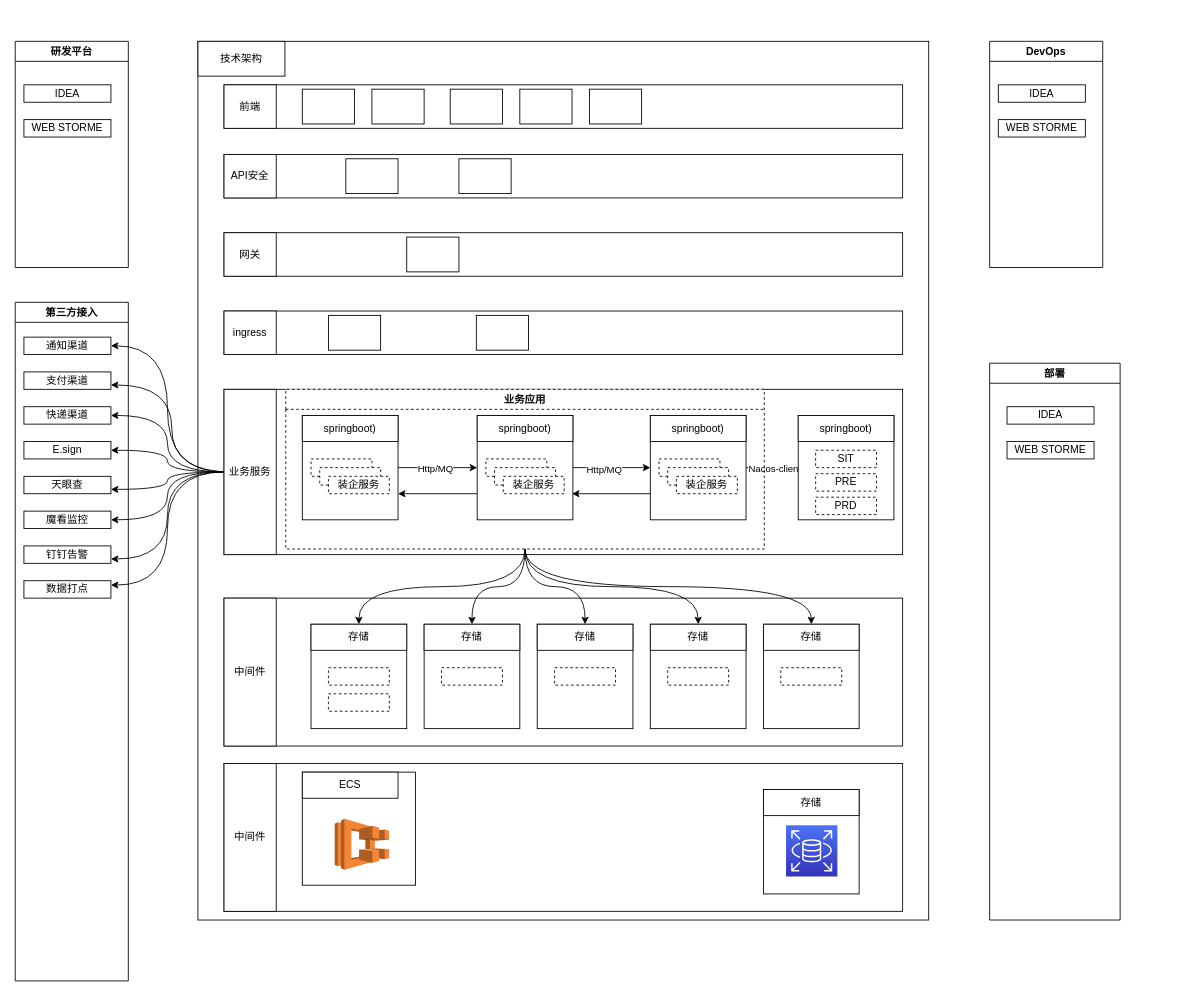
Msimplehub/abbysun keeps this draw.io diagram as Untitled Diagram.drawio. Above is the earlier version. Source tidied: cells renumbered, new cells numbered last; positions are measured from the earlier drawing's top-left corner, leaving out a move shared by most shapes. Both pictures are drawn from the tidied source at 87%, with x=0, y=0 at pixel (15, 41). Pictures stored in the file or linked from it are replaced by grey dashed boxes.
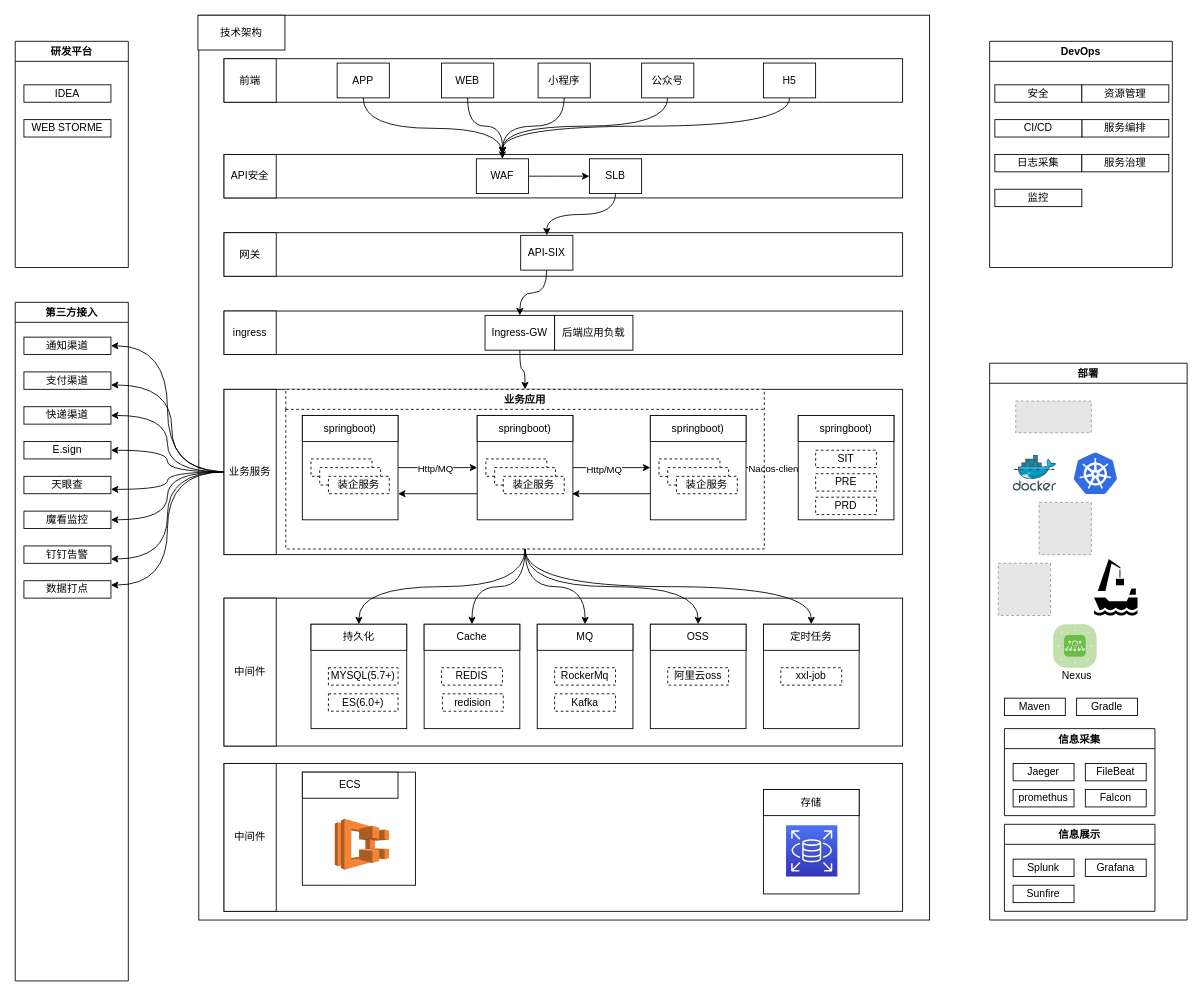
The same page after the edit.

Unchanged cells that the change refers to:
```xml
<mxCell id="6" style="rounded=0;whiteSpace=wrap;html=1;" parent="1" vertex="1">
  <mxGeometry x="240" y="130" width="780" height="50" as="geometry" />
</mxCell>
<mxCell id="67" value="业务应用" style="swimlane;dashed=1;" parent="1" vertex="1">
  <mxGeometry x="311" y="400" width="550" height="183.5" as="geometry" />
</mxCell>
```

The edit, as a diff of the source:
```diff
@@
     <mxCell id="2" style="rounded=0;whiteSpace=wrap;html=1;direction=south;" parent="1" vertex="1">
-      <mxGeometry x="210" width="840" height="1010" as="geometry" />
+      <mxGeometry x="211" y="-30" width="840" height="1040" as="geometry" />
     </mxCell>
     <mxCell id="3" value="技术架构" style="rounded=0;whiteSpace=wrap;html=1;" parent="1" vertex="1">
-      <mxGeometry x="210" width="100" height="40" as="geometry" />
+      <mxGeometry x="210" y="-30" width="100" height="40" as="geometry" />
     </mxCell>
     <mxCell id="4" style="rounded=0;whiteSpace=wrap;html=1;" parent="1" vertex="1">
-      <mxGeometry x="240" y="50" width="780" height="50" as="geometry" />
+      <mxGeometry x="240" y="20" width="780" height="50" as="geometry" />
     </mxCell>
     <mxCell id="5" value="前端" style="rounded=0;whiteSpace=wrap;html=1;" parent="1" vertex="1">
-      <mxGeometry x="240" y="50" width="60" height="50" as="geometry" />
+      <mxGeometry x="240" y="20" width="60" height="50" as="geometry" />
     </mxCell>
@@
+    <mxCell id="110" style="edgeStyle=orthogonalEdgeStyle;curved=1;rounded=0;jettySize=auto;html=1;exitX=0.5;exitY=1;exitDx=0;exitDy=0;entryX=0.5;entryY=0;entryDx=0;entryDy=0;" parent="1" edge="1" source="24" target="29">
+      <mxGeometry relative="1" as="geometry" />
+    </mxCell>
-    <mxCell id="24" style="rounded=0;whiteSpace=wrap;html=1;" parent="1" vertex="1">
-      <mxGeometry x="330" y="55" width="60" height="40" as="geometry" />
+    <mxCell id="24" value="APP" style="rounded=0;whiteSpace=wrap;html=1;" parent="1" vertex="1">
+      <mxGeometry x="370" y="25" width="60" height="40" as="geometry" />
     </mxCell>
+    <mxCell id="111" style="edgeStyle=orthogonalEdgeStyle;curved=1;rounded=0;jettySize=auto;html=1;exitX=0.5;exitY=1;exitDx=0;exitDy=0;" parent="1" edge="1" source="25">
+      <mxGeometry relative="1" as="geometry">
+        <mxPoint x="560" y="130" as="targetPoint" />
+      </mxGeometry>
+    </mxCell>
-    <mxCell id="25" style="rounded=0;whiteSpace=wrap;html=1;" parent="1" vertex="1">
-      <mxGeometry x="410" y="55" width="60" height="40" as="geometry" />
+    <mxCell id="25" value="WEB" style="rounded=0;whiteSpace=wrap;html=1;" parent="1" vertex="1">
+      <mxGeometry x="490" y="25" width="60" height="40" as="geometry" />
     </mxCell>
+    <mxCell id="112" style="edgeStyle=none;rounded=0;orthogonalLoop=1;jettySize=auto;html=1;exitX=0.423;exitY=0;exitDx=0;exitDy=0;exitPerimeter=0;" parent="1" edge="1" source="6" target="6">
+      <mxGeometry relative="1" as="geometry" />
+    </mxCell>
+    <mxCell id="113" style="edgeStyle=orthogonalEdgeStyle;curved=1;rounded=0;jettySize=auto;html=1;exitX=0.5;exitY=1;exitDx=0;exitDy=0;" parent="1" edge="1" source="26">
+      <mxGeometry relative="1" as="geometry">
+        <mxPoint x="560" y="130" as="targetPoint" />
+      </mxGeometry>
+    </mxCell>
-    <mxCell id="26" style="rounded=0;whiteSpace=wrap;html=1;" parent="1" vertex="1">
-      <mxGeometry x="500" y="55" width="60" height="40" as="geometry" />
+    <mxCell id="26" value="小程序" style="rounded=0;whiteSpace=wrap;html=1;" parent="1" vertex="1">
+      <mxGeometry x="601" y="25" width="60" height="40" as="geometry" />
     </mxCell>
+    <mxCell id="114" style="edgeStyle=orthogonalEdgeStyle;curved=1;rounded=0;jettySize=auto;html=1;exitX=0.5;exitY=1;exitDx=0;exitDy=0;" parent="1" edge="1" source="27">
+      <mxGeometry relative="1" as="geometry">
+        <mxPoint x="560" y="130" as="targetPoint" />
+      </mxGeometry>
+    </mxCell>
-    <mxCell id="27" style="rounded=0;whiteSpace=wrap;html=1;" parent="1" vertex="1">
-      <mxGeometry x="580" y="55" width="60" height="40" as="geometry" />
+    <mxCell id="27" value="公众号" style="rounded=0;whiteSpace=wrap;html=1;" parent="1" vertex="1">
+      <mxGeometry x="720" y="25" width="60" height="40" as="geometry" />
     </mxCell>
+    <mxCell id="115" style="edgeStyle=orthogonalEdgeStyle;curved=1;rounded=0;jettySize=auto;html=1;exitX=0.5;exitY=1;exitDx=0;exitDy=0;" parent="1" edge="1" source="28">
+      <mxGeometry relative="1" as="geometry">
+        <mxPoint x="560" y="130" as="targetPoint" />
+      </mxGeometry>
+    </mxCell>
-    <mxCell id="28" style="rounded=0;whiteSpace=wrap;html=1;" parent="1" vertex="1">
-      <mxGeometry x="660" y="55" width="60" height="40" as="geometry" />
+    <mxCell id="28" value="H5" style="rounded=0;whiteSpace=wrap;html=1;" parent="1" vertex="1">
+      <mxGeometry x="860" y="25" width="60" height="40" as="geometry" />
     </mxCell>
+    <mxCell id="116" style="edgeStyle=orthogonalEdgeStyle;curved=1;rounded=0;jettySize=auto;html=1;exitX=1;exitY=0.5;exitDx=0;exitDy=0;" parent="1" edge="1" source="29" target="30">
+      <mxGeometry relative="1" as="geometry" />
+    </mxCell>
-    <mxCell id="29" style="rounded=0;whiteSpace=wrap;html=1;" parent="1" vertex="1">
-      <mxGeometry x="380" y="135" width="60" height="40" as="geometry" />
+    <mxCell id="29" value="WAF" style="rounded=0;whiteSpace=wrap;html=1;" parent="1" vertex="1">
+      <mxGeometry x="530" y="135" width="60" height="40" as="geometry" />
     </mxCell>
+    <mxCell id="117" style="edgeStyle=orthogonalEdgeStyle;curved=1;rounded=0;jettySize=auto;html=1;exitX=0.5;exitY=1;exitDx=0;exitDy=0;entryX=0.5;entryY=0;entryDx=0;entryDy=0;" parent="1" edge="1" source="30" target="31">
+      <mxGeometry relative="1" as="geometry" />
+    </mxCell>
-    <mxCell id="30" style="rounded=0;whiteSpace=wrap;html=1;" parent="1" vertex="1">
-      <mxGeometry x="510" y="135" width="60" height="40" as="geometry" />
+    <mxCell id="30" value="SLB" style="rounded=0;whiteSpace=wrap;html=1;" parent="1" vertex="1">
+      <mxGeometry x="660" y="135" width="60" height="40" as="geometry" />
     </mxCell>
+    <mxCell id="118" style="edgeStyle=orthogonalEdgeStyle;curved=1;rounded=0;jettySize=auto;html=1;exitX=0.5;exitY=1;exitDx=0;exitDy=0;" parent="1" edge="1" source="31" target="32">
+      <mxGeometry relative="1" as="geometry" />
+    </mxCell>
-    <mxCell id="31" style="rounded=0;whiteSpace=wrap;html=1;" parent="1" vertex="1">
-      <mxGeometry x="450" y="225" width="60" height="40" as="geometry" />
+    <mxCell id="31" value="API-SIX" style="rounded=0;whiteSpace=wrap;html=1;" parent="1" vertex="1">
+      <mxGeometry x="581" y="223" width="60" height="40" as="geometry" />
     </mxCell>
+    <mxCell id="119" style="edgeStyle=orthogonalEdgeStyle;curved=1;rounded=0;jettySize=auto;html=1;exitX=0.5;exitY=1;exitDx=0;exitDy=0;" parent="1" edge="1" source="32" target="67">
+      <mxGeometry relative="1" as="geometry" />
+    </mxCell>
-    <mxCell id="32" style="rounded=0;whiteSpace=wrap;html=1;" parent="1" vertex="1">
-      <mxGeometry x="360" y="315" width="60" height="40" as="geometry" />
+    <mxCell id="32" value="Ingress-GW" style="rounded=0;whiteSpace=wrap;html=1;" parent="1" vertex="1">
+      <mxGeometry x="540" y="315" width="80" height="40" as="geometry" />
     </mxCell>
-    <mxCell id="33" style="rounded=0;whiteSpace=wrap;html=1;" parent="1" vertex="1">
-      <mxGeometry x="530" y="315" width="60" height="40" as="geometry" />
+    <mxCell id="33" value="后端应用负载" style="rounded=0;whiteSpace=wrap;html=1;" parent="1" vertex="1">
+      <mxGeometry x="620" y="315" width="90" height="40" as="geometry" />
     </mxCell>
@@
-    <mxCell id="69" value="存储" style="rounded=0;whiteSpace=wrap;html=1;" parent="1" vertex="1">
+    <mxCell id="69" value="持久化" style="rounded=0;whiteSpace=wrap;html=1;" parent="1" vertex="1">
       <mxGeometry x="340" y="670" width="110" height="30" as="geometry" />
     </mxCell>
-    <mxCell id="70" style="rounded=0;whiteSpace=wrap;html=1;dashed=1;" parent="1" vertex="1">
-      <mxGeometry x="360" y="720" width="70" height="20" as="geometry" />
+    <mxCell id="70" value="MYSQL(5.7+)" style="rounded=0;whiteSpace=wrap;html=1;dashed=1;" parent="1" vertex="1">
+      <mxGeometry x="360" y="720" width="80" height="20" as="geometry" />
     </mxCell>
-    <mxCell id="71" style="rounded=0;whiteSpace=wrap;html=1;dashed=1;" parent="1" vertex="1">
-      <mxGeometry x="360" y="750" width="70" height="20" as="geometry" />
+    <mxCell id="71" value="ES(6.0+)" style="rounded=0;whiteSpace=wrap;html=1;dashed=1;" parent="1" vertex="1">
+      <mxGeometry x="360" y="750" width="80" height="20" as="geometry" />
     </mxCell>
@@
-    <mxCell id="73" value="存储" style="rounded=0;whiteSpace=wrap;html=1;" parent="1" vertex="1">
+    <mxCell id="73" value="Cache" style="rounded=0;whiteSpace=wrap;html=1;" parent="1" vertex="1">
       <mxGeometry x="470" y="670" width="110" height="30" as="geometry" />
     </mxCell>
-    <mxCell id="74" style="rounded=0;whiteSpace=wrap;html=1;dashed=1;" parent="1" vertex="1">
+    <mxCell id="74" value="REDIS" style="rounded=0;whiteSpace=wrap;html=1;dashed=1;" parent="1" vertex="1">
       <mxGeometry x="490" y="720" width="70" height="20" as="geometry" />
     </mxCell>
@@
-    <mxCell id="76" value="存储" style="rounded=0;whiteSpace=wrap;html=1;" parent="1" vertex="1">
+    <mxCell id="76" value="MQ" style="rounded=0;whiteSpace=wrap;html=1;" parent="1" vertex="1">
       <mxGeometry x="600" y="670" width="110" height="30" as="geometry" />
     </mxCell>
-    <mxCell id="77" style="rounded=0;whiteSpace=wrap;html=1;dashed=1;" parent="1" vertex="1">
+    <mxCell id="77" value="RockerMq" style="rounded=0;whiteSpace=wrap;html=1;dashed=1;" parent="1" vertex="1">
       <mxGeometry x="620" y="720" width="70" height="20" as="geometry" />
     </mxCell>
@@
-    <mxCell id="79" value="存储" style="rounded=0;whiteSpace=wrap;html=1;" parent="1" vertex="1">
+    <mxCell id="79" value="OSS" style="rounded=0;whiteSpace=wrap;html=1;" parent="1" vertex="1">
       <mxGeometry x="730" y="670" width="110" height="30" as="geometry" />
     </mxCell>
-    <mxCell id="80" style="rounded=0;whiteSpace=wrap;html=1;dashed=1;" parent="1" vertex="1">
+    <mxCell id="80" value="阿里云oss" style="rounded=0;whiteSpace=wrap;html=1;dashed=1;" parent="1" vertex="1">
       <mxGeometry x="750" y="720" width="70" height="20" as="geometry" />
     </mxCell>
@@
-    <mxCell id="82" value="存储" style="rounded=0;whiteSpace=wrap;html=1;" parent="1" vertex="1">
+    <mxCell id="82" value="定时任务" style="rounded=0;whiteSpace=wrap;html=1;" parent="1" vertex="1">
       <mxGeometry x="860" y="670" width="110" height="30" as="geometry" />
     </mxCell>
-    <mxCell id="83" style="rounded=0;whiteSpace=wrap;html=1;dashed=1;" parent="1" vertex="1">
+    <mxCell id="83" value="xxl-job" style="rounded=0;whiteSpace=wrap;html=1;dashed=1;" parent="1" vertex="1">
       <mxGeometry x="880" y="720" width="70" height="20" as="geometry" />
     </mxCell>
@@
     <mxCell id="104" value="DevOps" style="swimlane;" parent="1" vertex="1">
-      <mxGeometry x="1120" width="130" height="260" as="geometry" />
+      <mxGeometry x="1120" width="210" height="260" as="geometry" />
     </mxCell>
-    <mxCell id="105" value="IDEA" style="rounded=0;whiteSpace=wrap;html=1;" parent="104" vertex="1">
-      <mxGeometry x="10" y="50" width="100" height="20" as="geometry" />
+    <mxCell id="105" value="安全" style="rounded=0;whiteSpace=wrap;html=1;" parent="104" vertex="1">
+      <mxGeometry x="6" y="50" width="100" height="20" as="geometry" />
     </mxCell>
+    <mxCell id="120" value="日志采集" style="rounded=0;whiteSpace=wrap;html=1;" parent="104" vertex="1">
+      <mxGeometry x="6" y="130" width="100" height="20" as="geometry" />
+    </mxCell>
+    <mxCell id="121" value="监控" style="rounded=0;whiteSpace=wrap;html=1;" parent="104" vertex="1">
+      <mxGeometry x="6" y="170" width="100" height="20" as="geometry" />
+    </mxCell>
+    <mxCell id="122" value="资源管理" style="rounded=0;whiteSpace=wrap;html=1;" parent="104" vertex="1">
+      <mxGeometry x="106" y="50" width="100" height="20" as="geometry" />
+    </mxCell>
+    <mxCell id="123" value="服务编排" style="rounded=0;whiteSpace=wrap;html=1;" parent="104" vertex="1">
+      <mxGeometry x="106" y="90" width="100" height="20" as="geometry" />
+    </mxCell>
+    <mxCell id="124" value="服务治理" style="rounded=0;whiteSpace=wrap;html=1;" parent="104" vertex="1">
+      <mxGeometry x="106" y="130" width="100" height="20" as="geometry" />
+    </mxCell>
-    <mxCell id="106" value="WEB STORME" style="rounded=0;whiteSpace=wrap;html=1;" parent="1" vertex="1">
-      <mxGeometry x="1130" y="90" width="100" height="20" as="geometry" />
+    <mxCell id="106" value="CI/CD" style="rounded=0;whiteSpace=wrap;html=1;" parent="1" vertex="1">
+      <mxGeometry x="1126" y="90" width="100" height="20" as="geometry" />
     </mxCell>
     <mxCell id="107" value="部署" style="swimlane;" parent="1" vertex="1">
-      <mxGeometry x="1120" y="370" width="150" height="640" as="geometry" />
+      <mxGeometry x="1120" y="370" width="227" height="640" as="geometry" />
     </mxCell>
-    <mxCell id="108" value="IDEA" style="rounded=0;whiteSpace=wrap;html=1;" parent="107" vertex="1">
-      <mxGeometry x="20" y="50" width="100" height="20" as="geometry" />
-    </mxCell>
-    <mxCell id="109" value="WEB STORME" style="rounded=0;whiteSpace=wrap;html=1;" parent="1" vertex="1">
-      <mxGeometry x="1140" y="460" width="100" height="20" as="geometry" />
-    </mxCell>
+    <mxCell id="125" style="fillColor=#E6E6E6;strokeColor=#999999;dashed=1;verticalLabelPosition=bottom;labelBackgroundColor=#ffffff;verticalAlign=top;" parent="107" vertex="1">
+      <mxGeometry x="30" y="43.5" width="86.9" height="36.5" as="geometry" />
+    </mxCell>
+    <mxCell id="126" style="html=1;align=center;image;fontSize=12;image=img/lib/mscae/Docker.svg;" parent="107" vertex="1">
+      <mxGeometry x="27" y="106" width="50" height="41" as="geometry" />
+    </mxCell>
+    <mxCell id="127" style="html=1;align=center;image;fontSize=12;image=img/lib/mscae/Kubernetes.svg;" parent="107" vertex="1">
+      <mxGeometry x="97" y="103" width="50" height="48" as="geometry" />
+    </mxCell>
+    <mxCell id="128" style="fillColor=#E6E6E6;strokeColor=#999999;dashed=1;html=1;verticalAlign=top;verticalLabelPosition=bottom;labelBackgroundColor=#ffffff;" parent="107" vertex="1">
+      <mxGeometry x="56.9" y="160" width="60" height="60" as="geometry" />
+    </mxCell>
+    <mxCell id="129" style="fillColor=#E6E6E6;strokeColor=#999999;dashed=1;html=1;verticalAlign=top;verticalLabelPosition=bottom;labelBackgroundColor=#ffffff;" parent="107" vertex="1">
+      <mxGeometry x="10" y="230" width="60" height="60" as="geometry" />
+    </mxCell>
+    <mxCell id="130" style="shape=mxgraph.signs.transportation.harbor;html=1;fillColor=#000000;strokeColor=none;verticalLabelPosition=bottom;verticalAlign=top;align=center;" parent="107" vertex="1">
+      <mxGeometry x="120" y="225" width="50" height="65" as="geometry" />
+    </mxCell>
+    <mxCell id="131" style="verticalLabelPosition=bottom;html=1;fillColor=#6ABD46;strokeColor=#ffffff;verticalAlign=top;align=center;shape=mxgraph.cisco_safe.compositeIcon;bgIcon=mxgraph.cisco_safe.architecture.generic_appliance;resIcon=mxgraph.cisco_safe.architecture.nexus_1kv;" parent="107" vertex="1">
+      <mxGeometry x="73" y="300" width="50" height="50" as="geometry" />
+    </mxCell>
+    <mxCell id="132" value="Maven" style="rounded=0;whiteSpace=wrap;html=1;" parent="107" vertex="1">
+      <mxGeometry x="17" y="385" width="70" height="20" as="geometry" />
+    </mxCell>
+    <mxCell id="133" value="Gradle" style="rounded=0;whiteSpace=wrap;html=1;" parent="107" vertex="1">
+      <mxGeometry x="100" y="385" width="70" height="20" as="geometry" />
+    </mxCell>
+    <mxCell id="134" value="信息采集" style="swimlane;" parent="107" vertex="1">
+      <mxGeometry x="17" y="420" width="173" height="100" as="geometry" />
+    </mxCell>
+    <mxCell id="135" value="Jaeger" style="rounded=0;whiteSpace=wrap;html=1;" parent="134" vertex="1">
+      <mxGeometry x="10" y="40" width="70" height="20" as="geometry" />
+    </mxCell>
+    <mxCell id="136" value="FileBeat" style="rounded=0;whiteSpace=wrap;html=1;" parent="134" vertex="1">
+      <mxGeometry x="93" y="40" width="70" height="20" as="geometry" />
+    </mxCell>
+    <mxCell id="137" value="Nexus" style="text;html=1;align=center;verticalAlign=middle;strokeColor=none;" parent="1" vertex="1">
+      <mxGeometry x="1195" y="720" width="50" height="20" as="geometry" />
+    </mxCell>
+    <mxCell id="138" value="promethus" style="rounded=0;whiteSpace=wrap;html=1;" parent="1" vertex="1">
+      <mxGeometry x="1147" y="860" width="70" height="20" as="geometry" />
+    </mxCell>
+    <mxCell id="139" value="Falcon" style="rounded=0;whiteSpace=wrap;html=1;" parent="1" vertex="1">
+      <mxGeometry x="1230" y="860" width="70" height="20" as="geometry" />
+    </mxCell>
+    <mxCell id="140" value="信息展示" style="swimlane;" parent="1" vertex="1">
+      <mxGeometry x="1137" y="900" width="173" height="100" as="geometry" />
+    </mxCell>
+    <mxCell id="141" value="Splunk" style="rounded=0;whiteSpace=wrap;html=1;" parent="140" vertex="1">
+      <mxGeometry x="10" y="40" width="70" height="20" as="geometry" />
+    </mxCell>
+    <mxCell id="142" value="Grafana" style="rounded=0;whiteSpace=wrap;html=1;" parent="140" vertex="1">
+      <mxGeometry x="93" y="40" width="70" height="20" as="geometry" />
+    </mxCell>
+    <mxCell id="143" value="Sunfire" style="rounded=0;whiteSpace=wrap;html=1;" parent="1" vertex="1">
+      <mxGeometry x="1147" y="970" width="70" height="20" as="geometry" />
+    </mxCell>
+    <mxCell id="144" value="redision" style="rounded=0;whiteSpace=wrap;html=1;dashed=1;" parent="1" vertex="1">
+      <mxGeometry x="491" y="750" width="70" height="20" as="geometry" />
+    </mxCell>
+    <mxCell id="145" value="Kafka" style="rounded=0;whiteSpace=wrap;html=1;dashed=1;" parent="1" vertex="1">
+      <mxGeometry x="620" y="750" width="70" height="20" as="geometry" />
+    </mxCell>
```
